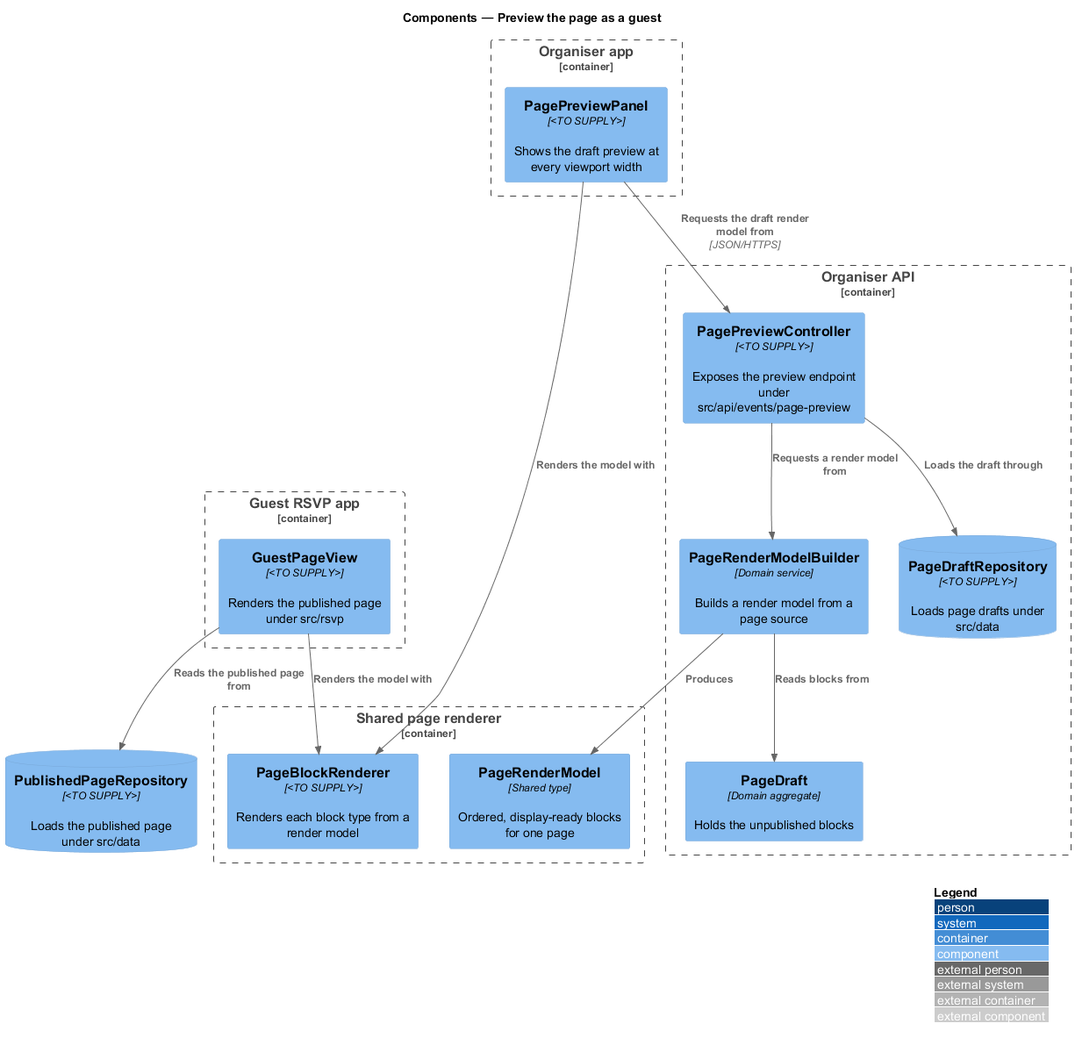
Before: docs/detailed-designs/event-page/preview-guest-page/diagrams/c4-component.png, a diagram exported from PlantUML (QuinntyneBrown/rsvp-cms).
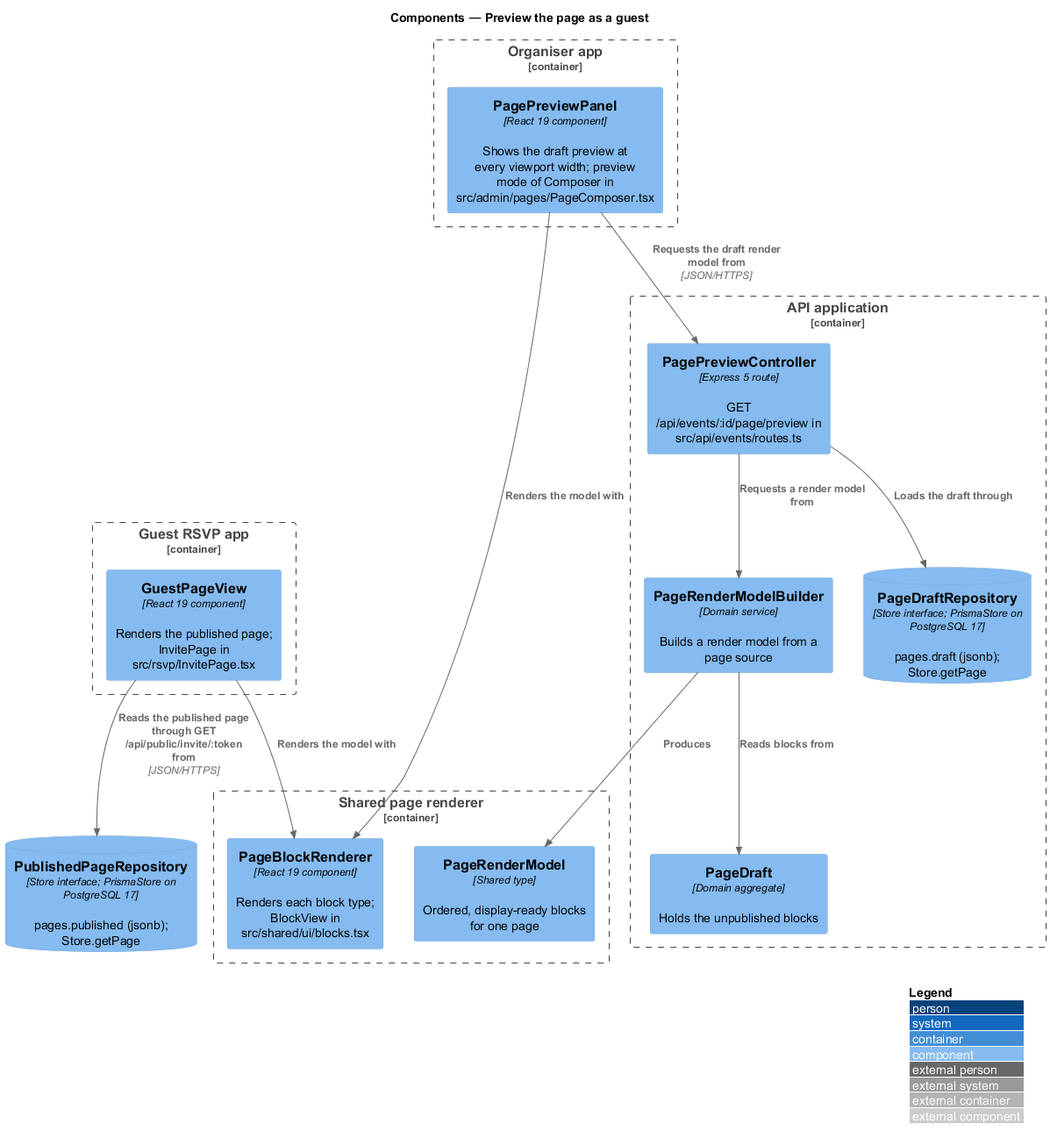
The same file after the commit.

The edit, as a diff of the source:
```diff
@@ -4,22 +4,22 @@
 title Components — Preview the page as a guest
 
 Container_Boundary(admin, "Organiser app") {
-  Component(preview, "PagePreviewPanel", "<TO SUPPLY>", "Shows the draft preview at every viewport width")
+  Component(preview, "PagePreviewPanel", "React 19 component", "Shows the draft preview at every viewport width; preview mode of Composer in src/admin/pages/PageComposer.tsx")
 }
 Container_Boundary(shared, "Shared page renderer") {
-  Component(renderer, "PageBlockRenderer", "<TO SUPPLY>", "Renders each block type from a render model")
+  Component(renderer, "PageBlockRenderer", "React 19 component", "Renders each block type; BlockView in src/shared/ui/blocks.tsx")
   Component(model, "PageRenderModel", "Shared type", "Ordered, display-ready blocks for one page")
 }
-Container_Boundary(api, "Organiser API") {
-  Component(ctrl, "PagePreviewController", "<TO SUPPLY>", "Exposes the preview endpoint under src/api/events/page-preview")
+Container_Boundary(api, "API application") {
+  Component(ctrl, "PagePreviewController", "Express 5 route", "GET /api/events/:id/page/preview in src/api/events/routes.ts")
   Component(builder, "PageRenderModelBuilder", "Domain service", "Builds a render model from a page source")
   Component(draft, "PageDraft", "Domain aggregate", "Holds the unpublished blocks")
-  ComponentDb(drafts, "PageDraftRepository", "<TO SUPPLY>", "Loads page drafts under src/data")
+  ComponentDb(drafts, "PageDraftRepository", "Store interface; PrismaStore on PostgreSQL 17", "pages.draft (jsonb); Store.getPage")
 }
 Container_Boundary(rsvp, "Guest RSVP app") {
-  Component(guestPage, "GuestPageView", "<TO SUPPLY>", "Renders the published page under src/rsvp")
+  Component(guestPage, "GuestPageView", "React 19 component", "Renders the published page; InvitePage in src/rsvp/InvitePage.tsx")
 }
-ComponentDb(published, "PublishedPageRepository", "<TO SUPPLY>", "Loads the published page under src/data")
+ComponentDb(published, "PublishedPageRepository", "Store interface; PrismaStore on PostgreSQL 17", "pages.published (jsonb); Store.getPage")
 
 Rel(preview, ctrl, "Requests the draft render model from", "JSON/HTTPS")
 Rel(ctrl, builder, "Requests a render model from")
@@ -28,5 +28,5 @@
 Rel(builder, model, "Produces")
 Rel(preview, renderer, "Renders the model with")
 Rel(guestPage, renderer, "Renders the model with")
-Rel(guestPage, published, "Reads the published page from")
+Rel(guestPage, published, "Reads the published page through GET /api/public/invite/:token from", "JSON/HTTPS")
 @enduml
```
